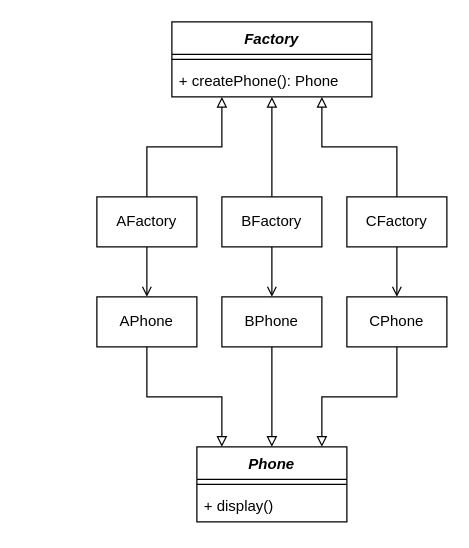
Earlier version of the draw.io diagram page "第 2 页" (2 of 3) of DesignPattern/Factory_DP.drawio (yayaer123/drawio_demo). Source tidied: cells renumbered, new cells numbered last; positions are measured from the earlier drawing's top-left corner, leaving out a move shared by most shapes. Both pictures are drawn from the tidied source at 125%, with x=0, y=0 at pixel (96, 21).
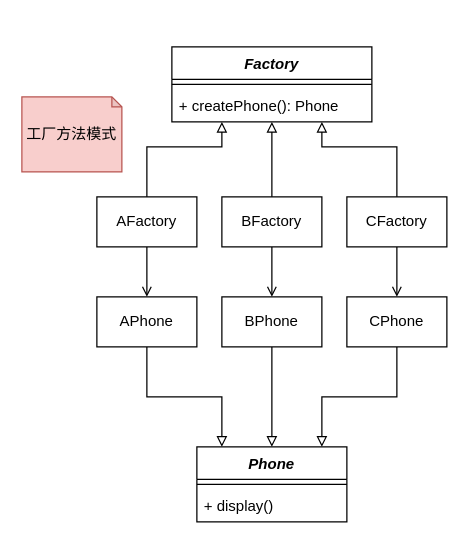
Above is the later version.

Change to the diagram source:
```diff
@@
     <mxCell id="2" value="&lt;i&gt;Factory&lt;/i&gt;" style="swimlane;fontStyle=1;align=center;verticalAlign=top;horizontal=1;startSize=26;whiteSpace=wrap;html=1;" parent="1" vertex="1">
-      <mxGeometry x="60" width="160" height="60" as="geometry" />
+      <mxGeometry x="60" y="20" width="160" height="60" as="geometry" />
     </mxCell>
@@
+    <mxCell id="23" value="工厂方法模式" style="shape=note;whiteSpace=wrap;html=1;backgroundOutline=1;darkOpacity=0.05;size=8;fillColor=#f8cecc;strokeColor=#b85450;" parent="1" vertex="1">
+      <mxGeometry x="-60" y="60" width="80" height="60" as="geometry" />
+    </mxCell>
```
